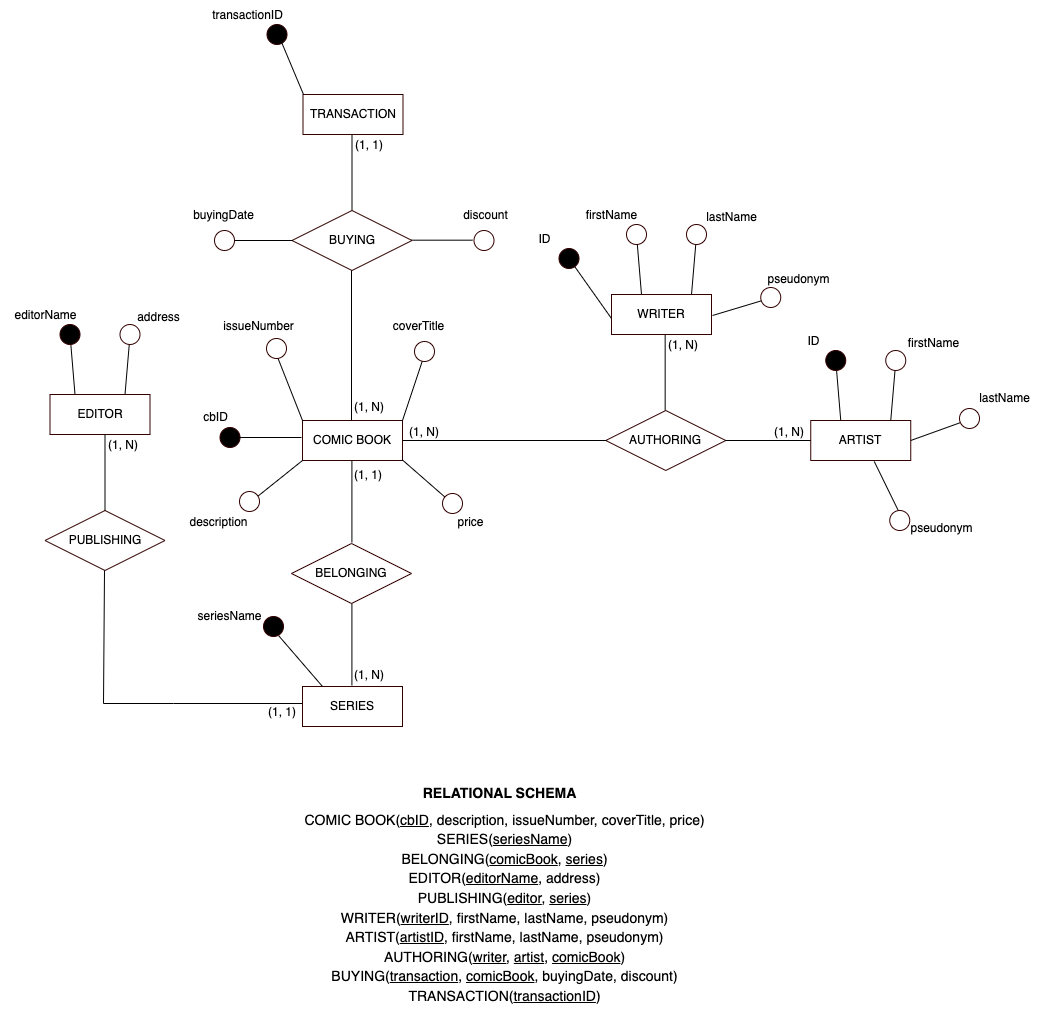
Before: schema/e-r_model.png, a diagram exported from draw.io (malrau/da_wp_project). Source tidied: cells renumbered, new cells last; positions are measured from the earlier drawing's top-left corner, leaving out a move shared by most shapes.
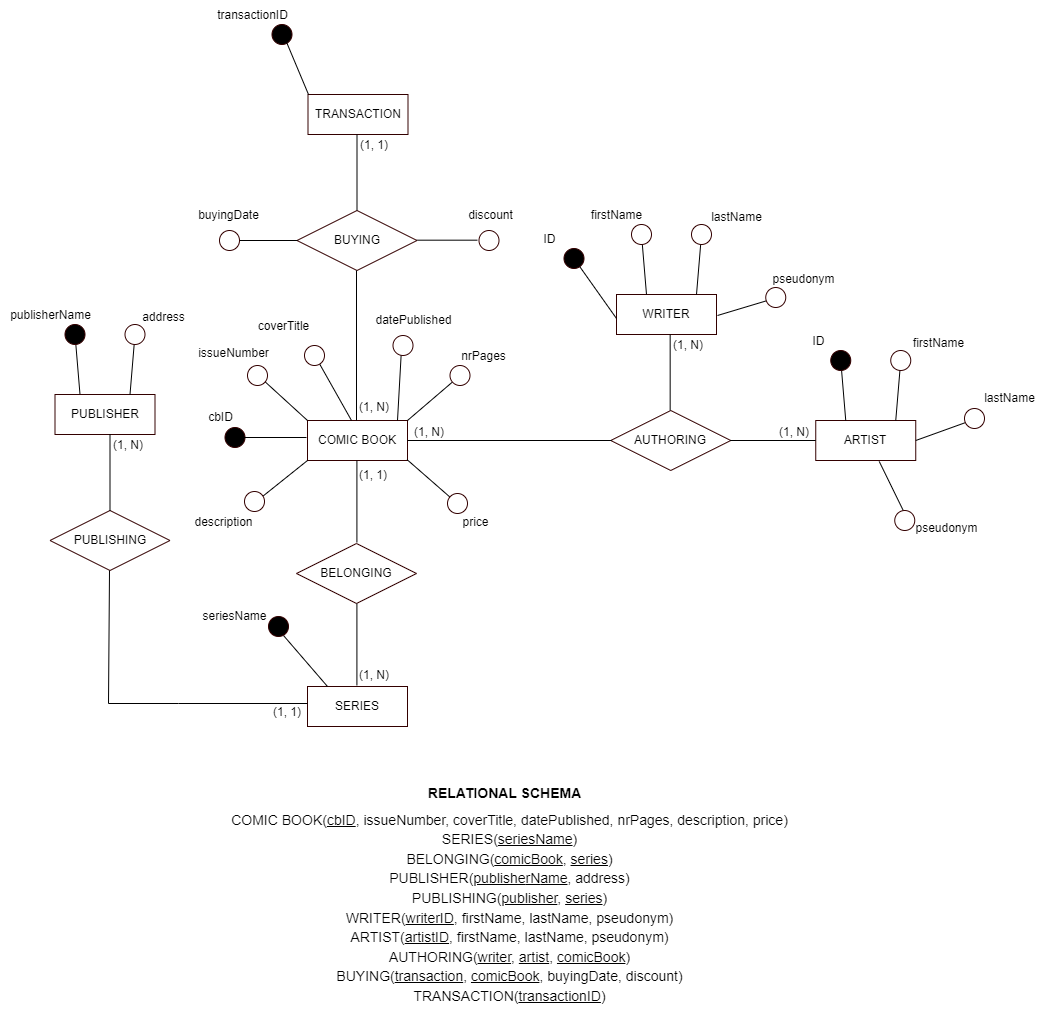
Later version of the same file.

Commit message:
Changes to entities in relational model: add attributes to comic book and rename editor

The edit, as a diff of the source:
```diff
@@ -12,14 +12,14 @@
         <mxPoint x="69.5" y="334" as="targetPoint" />
       </mxGeometry>
     </mxCell>
-    <mxCell id="4" value="EDITOR" style="whiteSpace=wrap;html=1;align=center;shadow=0;sketch=0;fillStyle=solid;strokeColor=#330000;strokeWidth=1;fillColor=#FFFFFF;" parent="1" vertex="1">
+    <mxCell id="4" value="PUBLISHER" style="whiteSpace=wrap;html=1;align=center;shadow=0;sketch=0;fillStyle=solid;strokeColor=#330000;strokeWidth=1;fillColor=#FFFFFF;" parent="1" vertex="1">
       <mxGeometry x="49.5" y="394" width="100" height="40" as="geometry" />
     </mxCell>
     <mxCell id="5" value="WRITER" style="whiteSpace=wrap;html=1;align=center;shadow=0;sketch=0;fillStyle=solid;strokeColor=#330000;strokeWidth=1;fillColor=#FFFFFF;" parent="1" vertex="1">
       <mxGeometry x="611" y="294" width="100" height="40" as="geometry" />
     </mxCell>
-    <mxCell id="6" value="editorName" style="text;html=1;align=center;verticalAlign=middle;strokeColor=none;fillColor=none;" parent="1" vertex="1">
-      <mxGeometry x="-0.5" y="300" width="90" height="30" as="geometry" />
+    <mxCell id="6" value="publisherName" style="text;html=1;align=center;verticalAlign=middle;strokeColor=none;fillColor=none;" parent="1" vertex="1">
+      <mxGeometry x="-5.5" y="300" width="100" height="30" as="geometry" />
     </mxCell>
     <mxCell id="7" style="edgeStyle=none;rounded=0;jettySize=auto;html=1;exitX=0.75;exitY=0;exitDx=0;exitDy=0;endArrow=none;" parent="1" edge="1" source="4" target="8">
       <mxGeometry relative="1" as="geometry" />
@@ -217,32 +217,28 @@
     <mxCell id="53" style="ellipse;whiteSpace=wrap;html=1;shadow=0;sketch=0;fillStyle=solid;strokeColor=#330000;strokeWidth=1;fillColor=#FFFFFF;" parent="1" vertex="1">
       <mxGeometry x="442" y="493" width="20" height="20" as="geometry" />
     </mxCell>
-    <mxCell id="54" style="endArrow=none;html=1;rounded=0;exitX=0.5;exitY=1;exitDx=0;exitDy=0;entryX=0.25;entryY=0;entryDx=0;entryDy=0;" parent="1" edge="1">
+    <mxCell id="54" style="endArrow=none;html=1;rounded=0;entryX=0.25;entryY=0;entryDx=0;entryDy=0;" parent="1" edge="1">
       <mxGeometry relative="1" as="geometry">
-        <mxPoint x="276" y="354" as="sourcePoint" />
+        <mxPoint x="256" y="378" as="sourcePoint" />
         <mxPoint x="302" y="420" as="targetPoint" />
       </mxGeometry>
     </mxCell>
     <mxCell id="55" style="ellipse;whiteSpace=wrap;html=1;shadow=0;sketch=0;fillStyle=solid;strokeColor=#330000;strokeWidth=1;fillColor=#FFFFFF;flipV=0;flipH=1;perimeterSpacing=0;" parent="1" vertex="1">
-      <mxGeometry x="266" y="338" width="20" height="20" as="geometry" />
+      <mxGeometry x="242" y="365" width="20" height="20" as="geometry" />
     </mxCell>
     <mxCell id="56" value="issueNumber" style="text;html=1;align=center;verticalAlign=middle;strokeColor=none;fillColor=none;flipV=0;flipH=1;" parent="1" vertex="1">
-      <mxGeometry x="212.5" y="311" width="90" height="30" as="geometry" />
+      <mxGeometry x="182.5" y="338" width="90" height="30" as="geometry" />
     </mxCell>
-    <mxCell id="57" style="endArrow=none;html=1;rounded=0;exitX=0.5;exitY=1;exitDx=0;exitDy=0;" parent="1" edge="1">
+    <mxCell id="57" style="endArrow=none;html=1;rounded=0;" parent="1" edge="1" source="75">
       <mxGeometry relative="1" as="geometry">
-        <mxPoint x="423" y="357" as="sourcePoint" />
         <mxPoint x="402" y="420" as="targetPoint" />
       </mxGeometry>
     </mxCell>
-    <mxCell id="58" value="coverTitle" style="text;html=1;align=center;verticalAlign=middle;strokeColor=none;fillColor=none;" parent="1" vertex="1">
-      <mxGeometry x="377.5" y="311" width="80" height="30" as="geometry" />
-    </mxCell>
     <mxCell id="59" value="price" style="text;html=1;align=center;verticalAlign=middle;strokeColor=none;fillColor=none;" parent="1" vertex="1">
       <mxGeometry x="444.5" y="507" width="50" height="30" as="geometry" />
     </mxCell>
-    <mxCell id="60" value="&lt;p style=&quot;line-height: 140%;&quot;&gt;COMIC BOOK(&lt;u&gt;cbID&lt;/u&gt;,&amp;nbsp;description, issueNumber,&amp;nbsp;coverTitle, price)&lt;br&gt;SERIES(&lt;u&gt;seriesName&lt;/u&gt;)&lt;br style=&quot;border-color: var(--border-color);&quot;&gt;BELONGING(&lt;u&gt;comicBook&lt;/u&gt;, &lt;u&gt;series&lt;/u&gt;)&lt;br&gt;EDITOR(&lt;u style=&quot;border-color: var(--border-color);&quot;&gt;editorN&lt;/u&gt;&lt;u style=&quot;border-color: var(--border-color);&quot;&gt;ame&lt;/u&gt;, address)&lt;br style=&quot;border-color: var(--border-color);&quot;&gt;PUBLISHING(&lt;u&gt;editor&lt;/u&gt;, &lt;u&gt;series&lt;/u&gt;)&lt;br&gt;WRITER(&lt;u&gt;writerID&lt;/u&gt;,&amp;nbsp;&lt;span style=&quot;border-color: var(--border-color);&quot;&gt;firstName&lt;/span&gt;,&amp;nbsp;&lt;span style=&quot;border-color: var(--border-color);&quot;&gt;lastName&lt;/span&gt;, pseudonym)&lt;br&gt;ARTIST(&lt;u&gt;artistID&lt;/u&gt;,&amp;nbsp;&lt;span style=&quot;border-color: var(--border-color);&quot;&gt;firstName&lt;/span&gt;,&amp;nbsp;&lt;span style=&quot;border-color: var(--border-color);&quot;&gt;lastName&lt;/span&gt;, pseudonym)&lt;br&gt;AUTHORING(&lt;u style=&quot;border-color: var(--border-color);&quot;&gt;writer&lt;/u&gt;,&amp;nbsp;&lt;u style=&quot;border-color: var(--border-color);&quot;&gt;artist&lt;/u&gt;,&amp;nbsp;&lt;u style=&quot;border-color: var(--border-color);&quot;&gt;comicBook&lt;/u&gt;)&lt;br&gt;BUYING(&lt;u style=&quot;border-color: var(--border-color);&quot;&gt;transaction&lt;/u&gt;,&amp;nbsp;&lt;u style=&quot;border-color: var(--border-color);&quot;&gt;comicBook&lt;/u&gt;&lt;span style=&quot;border-color: var(--border-color);&quot;&gt;, buyingDate, discount&lt;/span&gt;)&lt;br&gt;TRANSACTION(&lt;u&gt;transactionID&lt;/u&gt;)&lt;/p&gt;" style="text;html=1;align=center;verticalAlign=middle;strokeColor=none;fillColor=none;fontSize=14;" parent="1" vertex="1">
-      <mxGeometry x="294" y="788" width="420" height="240" as="geometry" />
+    <mxCell id="60" value="&lt;p style=&quot;line-height: 140%;&quot;&gt;COMIC BOOK(&lt;u&gt;cbID&lt;/u&gt;, issueNumber, coverTitle, datePublished, nrPages, description,&amp;nbsp;price)&lt;br&gt;SERIES(&lt;u&gt;seriesName&lt;/u&gt;)&lt;br style=&quot;border-color: var(--border-color);&quot;&gt;BELONGING(&lt;u&gt;comicBook&lt;/u&gt;, &lt;u&gt;series&lt;/u&gt;)&lt;br&gt;PUBLISHER(&lt;u&gt;publishe&lt;span style=&quot;border-color: var(--border-color);&quot;&gt;rN&lt;/span&gt;&lt;span style=&quot;border-color: var(--border-color);&quot;&gt;ame&lt;/span&gt;&lt;/u&gt;, address)&lt;br style=&quot;border-color: var(--border-color);&quot;&gt;PUBLISHING(&lt;u&gt;publisher&lt;/u&gt;, &lt;u&gt;series&lt;/u&gt;)&lt;br&gt;WRITER(&lt;u&gt;writerID&lt;/u&gt;,&amp;nbsp;&lt;span style=&quot;border-color: var(--border-color);&quot;&gt;firstName&lt;/span&gt;,&amp;nbsp;&lt;span style=&quot;border-color: var(--border-color);&quot;&gt;lastName&lt;/span&gt;, pseudonym)&lt;br&gt;ARTIST(&lt;u&gt;artistID&lt;/u&gt;,&amp;nbsp;&lt;span style=&quot;border-color: var(--border-color);&quot;&gt;firstName&lt;/span&gt;,&amp;nbsp;&lt;span style=&quot;border-color: var(--border-color);&quot;&gt;lastName&lt;/span&gt;, pseudonym)&lt;br&gt;AUTHORING(&lt;u style=&quot;border-color: var(--border-color);&quot;&gt;writer&lt;/u&gt;,&amp;nbsp;&lt;u style=&quot;border-color: var(--border-color);&quot;&gt;artist&lt;/u&gt;,&amp;nbsp;&lt;u style=&quot;border-color: var(--border-color);&quot;&gt;comicBook&lt;/u&gt;)&lt;br&gt;BUYING(&lt;u style=&quot;border-color: var(--border-color);&quot;&gt;transaction&lt;/u&gt;,&amp;nbsp;&lt;u style=&quot;border-color: var(--border-color);&quot;&gt;comicBook&lt;/u&gt;&lt;span style=&quot;border-color: var(--border-color);&quot;&gt;, buyingDate, discount&lt;/span&gt;)&lt;br&gt;TRANSACTION(&lt;u&gt;transactionID&lt;/u&gt;)&lt;/p&gt;" style="text;html=1;align=center;verticalAlign=middle;strokeColor=none;fillColor=none;fontSize=14;" parent="1" vertex="1">
+      <mxGeometry x="214" y="788" width="580" height="240" as="geometry" />
     </mxCell>
     <mxCell id="61" value="&lt;b&gt;RELATIONAL SCHEMA&lt;/b&gt;" style="text;html=1;align=center;verticalAlign=middle;strokeColor=none;fillColor=none;fontSize=14;" parent="1" vertex="1">
       <mxGeometry x="409" y="778" width="180" height="30" as="geometry" />
@@ -303,9 +299,6 @@
     <mxCell id="74" value="description" style="text;html=1;align=center;verticalAlign=middle;strokeColor=none;fillColor=none;flipV=0;flipH=1;" parent="1" vertex="1">
       <mxGeometry x="178" y="507" width="80" height="30" as="geometry" />
     </mxCell>
-    <mxCell id="75" style="ellipse;whiteSpace=wrap;html=1;shadow=0;sketch=0;fillStyle=solid;strokeColor=#330000;strokeWidth=1;fillColor=#FFFFFF;" parent="1" vertex="1">
-      <mxGeometry x="414" y="341" width="20" height="20" as="geometry" />
-    </mxCell>
     <mxCell id="76" style="endArrow=none;html=1;rounded=0;" parent="1" edge="1">
       <mxGeometry relative="1" as="geometry">
         <mxPoint x="235" y="437" as="sourcePoint" />
@@ -375,5 +368,40 @@
     <mxCell id="91" style="ellipse;whiteSpace=wrap;html=1;fillColor=#FFFFFF;strokeColor=#330000;shadow=0;sketch=0;fillStyle=solid;strokeWidth=1;" parent="1" vertex="1">
       <mxGeometry x="473.5" y="230" width="20" height="20" as="geometry" />
     </mxCell>
+    <mxCell id="92" style="endArrow=none;html=1;rounded=0;exitX=1;exitY=1;exitDx=0;exitDy=0;" parent="1" edge="1">
+      <mxGeometry relative="1" as="geometry">
+        <mxPoint x="311.1" y="358.1" as="sourcePoint" />
+        <mxPoint x="346" y="420" as="targetPoint" />
+      </mxGeometry>
+    </mxCell>
+    <mxCell id="93" style="ellipse;whiteSpace=wrap;html=1;shadow=0;sketch=0;fillStyle=solid;strokeColor=#330000;strokeWidth=1;fillColor=#FFFFFF;" parent="1" vertex="1">
+      <mxGeometry x="299" y="345" width="20" height="20" as="geometry" />
+    </mxCell>
+    <mxCell id="58" value="coverTitle" style="text;html=1;align=center;verticalAlign=middle;strokeColor=none;fillColor=none;" parent="1" vertex="1">
+      <mxGeometry x="237.5" y="311" width="80" height="30" as="geometry" />
+    </mxCell>
+    <mxCell id="94" style="endArrow=none;html=1;rounded=0;" parent="1" edge="1">
+      <mxGeometry relative="1" as="geometry">
+        <mxPoint x="396" y="348" as="sourcePoint" />
+        <mxPoint x="392" y="420" as="targetPoint" />
+      </mxGeometry>
+    </mxCell>
+    <mxCell id="95" style="endArrow=none;html=1;rounded=0;" parent="1" edge="1" target="75">
+      <mxGeometry relative="1" as="geometry">
+        <mxPoint x="456" y="378" as="sourcePoint" />
+      </mxGeometry>
+    </mxCell>
+    <mxCell id="75" style="ellipse;whiteSpace=wrap;html=1;shadow=0;sketch=0;fillStyle=solid;strokeColor=#330000;strokeWidth=1;fillColor=#FFFFFF;" parent="1" vertex="1">
+      <mxGeometry x="444.5" y="365" width="20" height="20" as="geometry" />
+    </mxCell>
+    <mxCell id="96" value="nrPages" style="text;html=1;align=center;verticalAlign=middle;strokeColor=none;fillColor=none;" parent="1" vertex="1">
+      <mxGeometry x="442.5" y="341" width="70" height="30" as="geometry" />
+    </mxCell>
+    <mxCell id="97" style="ellipse;whiteSpace=wrap;html=1;shadow=0;sketch=0;fillStyle=solid;strokeColor=#330000;strokeWidth=1;fillColor=#FFFFFF;" parent="1" vertex="1">
+      <mxGeometry x="387.5" y="335" width="20" height="20" as="geometry" />
+    </mxCell>
+    <mxCell id="98" value="datePublished" style="text;html=1;align=center;verticalAlign=middle;strokeColor=none;fillColor=none;" parent="1" vertex="1">
+      <mxGeometry x="357.5" y="305" width="100" height="30" as="geometry" />
+    </mxCell>
   </root>
 </mxGraphModel>
```
